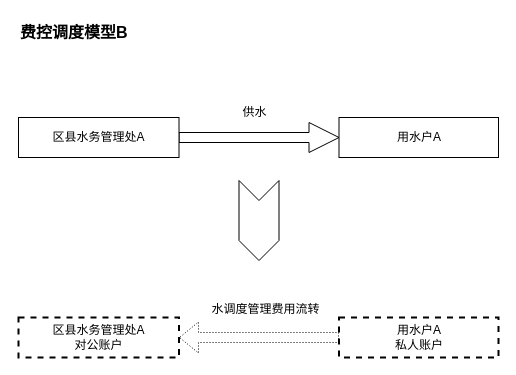
This is page "0002" (2 of 3) of src/main/work/zhonghuan/20231108222507.drawio from ab-doc/draw.io, a draw.io file, before an edit. Source tidied: cells renumbered, new cells numbered last; positions are measured from the earlier drawing's top-left corner, leaving out a move shared by most shapes. Both pictures are drawn from the tidied source at 100%, with x=0, y=0 at pixel (17, 17).
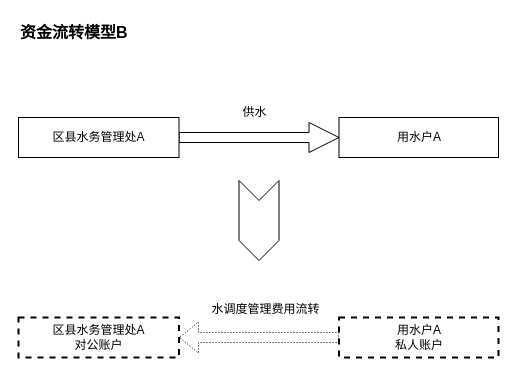
Above is the later version.

Change to the diagram source:
```diff
@@
 <mxGraphModel>
   <root>
     <mxCell id="0" />
     <mxCell id="1" parent="0" />
-    <mxCell id="2" value="&lt;b style=&quot;font-size: 16px;&quot;&gt;费控调度模型B&lt;/b&gt;" style="text;html=1;align=left;verticalAlign=middle;strokeColor=none;fillColor=none;fontSize=16;rounded=0;labelBackgroundColor=none;" parent="1" vertex="1">
+    <mxCell id="2" value="&lt;b style=&quot;font-size: 16px;&quot;&gt;资金流转模型B&lt;/b&gt;" style="text;html=1;align=left;verticalAlign=middle;strokeColor=none;fillColor=none;fontSize=16;rounded=0;labelBackgroundColor=none;" parent="1" vertex="1">
       <mxGeometry x="0.5" width="130" height="30" as="geometry" />
     </mxCell>
     <mxCell id="3" style="edgeStyle=orthogonalEdgeStyle;rounded=0;jettySize=auto;html=1;shape=arrow;" parent="1" edge="1" source="4" target="5">
       <mxGeometry relative="1" as="geometry" />
     </mxCell>
     <mxCell id="4" value="区县水务管理处A" style="rounded=0;whiteSpace=wrap;html=1;" parent="1" vertex="1">
       <mxGeometry x="1" y="100" width="160.5" height="40" as="geometry" />
     </mxCell>
     <mxCell id="5" value="用水户A" style="rounded=0;whiteSpace=wrap;html=1;" parent="1" vertex="1">
       <mxGeometry x="321.5" y="100" width="159.5" height="40" as="geometry" />
     </mxCell>
     <mxCell id="6" style="shape=step;perimeter=stepPerimeter;whiteSpace=wrap;html=1;fixedSize=1;direction=south;" parent="1" vertex="1">
       <mxGeometry x="221.5" y="163" width="40" height="80" as="geometry" />
     </mxCell>
     <mxCell id="7" style="edgeStyle=orthogonalEdgeStyle;rounded=0;jettySize=auto;html=1;shape=flexArrow;startArrow=block;startFill=0;endArrow=none;endFill=0;dashed=1;dashPattern=1 2;strokeWidth=1;" parent="1" edge="1" source="8" target="9">
       <mxGeometry relative="1" as="geometry" />
     </mxCell>
     <mxCell id="8" value="区县水务管理处A&lt;br&gt;对公账户" style="rounded=0;whiteSpace=wrap;html=1;dashed=1;strokeWidth=2;" parent="1" vertex="1">
       <mxGeometry x="1" y="300" width="160.5" height="40" as="geometry" />
     </mxCell>
     <mxCell id="9" value="用水户A&lt;br&gt;私人账户" style="rounded=0;whiteSpace=wrap;html=1;dashed=1;strokeWidth=2;" parent="1" vertex="1">
       <mxGeometry x="321.5" y="300" width="159.5" height="40" as="geometry" />
     </mxCell>
     <mxCell id="10" value="供水" style="text;html=1;align=center;verticalAlign=middle;strokeColor=none;fillColor=none;" parent="1" vertex="1">
       <mxGeometry x="211.5" y="80" width="50" height="30" as="geometry" />
     </mxCell>
     <mxCell id="11" value="水调度管理费用流转" style="text;html=1;align=center;verticalAlign=middle;strokeColor=none;fillColor=none;" parent="1" vertex="1">
       <mxGeometry x="182.5" y="277" width="130" height="30" as="geometry" />
     </mxCell>
   </root>
 </mxGraphModel>
```
